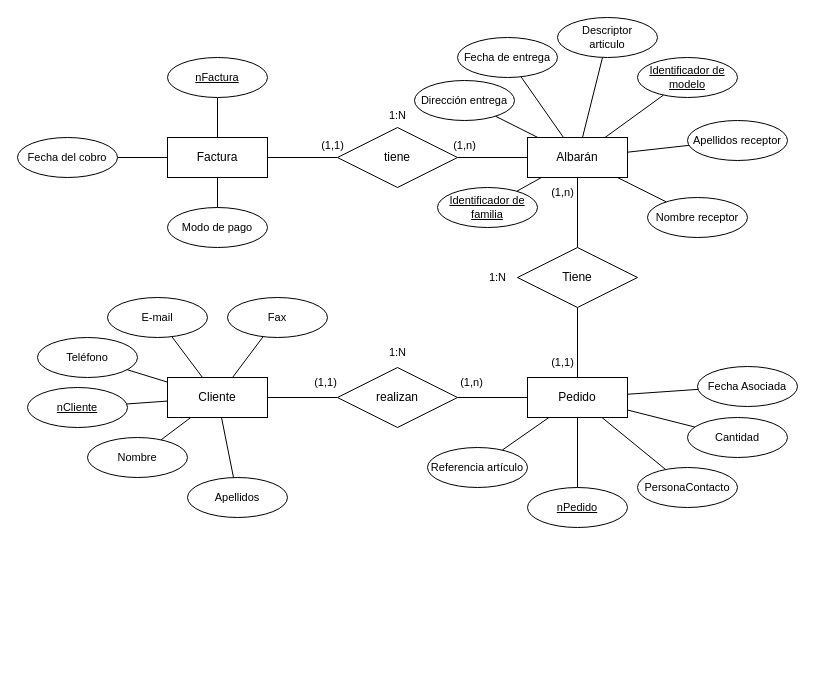
Earlier version of the draw.io diagram page "Ejercicio 3" (2 of 4) of task2U5_MarcosZahonero.drawio (Maek0s/1DAM_Databases). Source tidied: cells renumbered, new cells numbered last; positions are measured from the earlier drawing's top-left corner, leaving out a move shared by most shapes. Both pictures are drawn from the tidied source at 100%, with x=0, y=0 at pixel (17, 17).
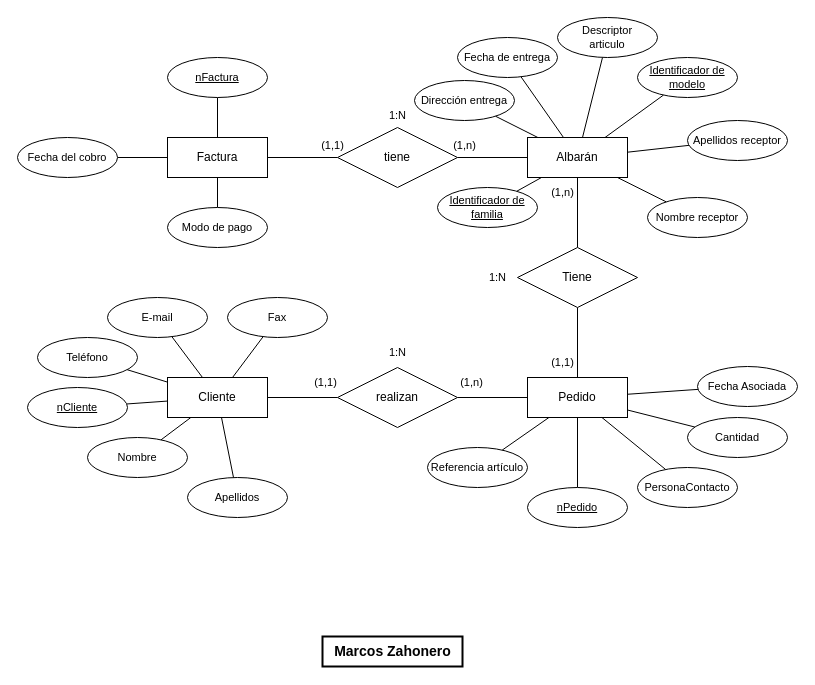
The same page after the edit.

Diff of the diagram source:
```diff
@@
+    <mxCell id="66" value="&lt;b&gt;Marcos Zahonero&lt;/b&gt;" style="text;html=1;align=center;verticalAlign=middle;strokeColor=default;fillColor=none;fontSize=14;fontFamily=Helvetica;fontColor=default;labelBorderColor=none;perimeterSpacing=0;strokeWidth=2;shadow=0;" parent="1" vertex="1">
+      <mxGeometry x="305" y="619" width="140" height="30" as="geometry" />
+    </mxCell>
```
